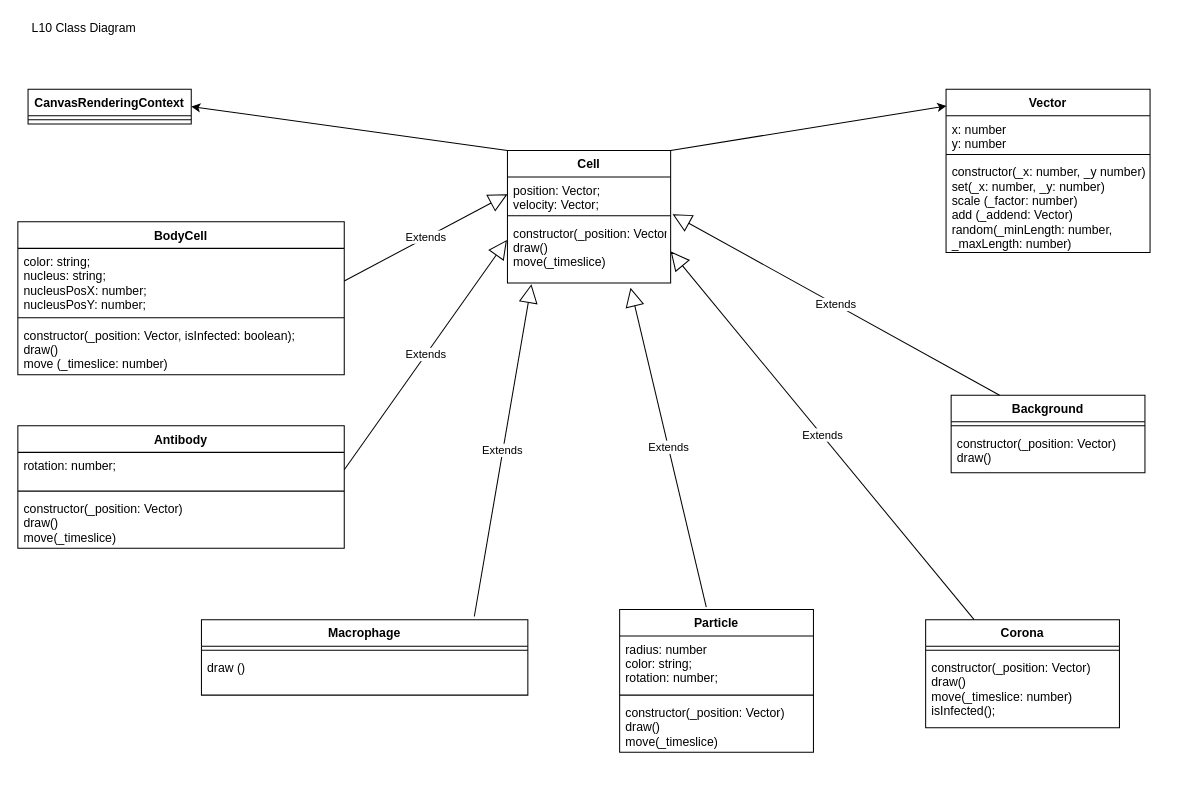
This is L10_Inheritance/Konzeption/L10_ClassDiagram.drawio from KohlerAl/EIA2, a draw.io file, before an edit. Source tidied: cells renumbered, new cells numbered last; positions are measured from the earlier drawing's top-left corner, leaving out a move shared by most shapes. Both pictures are drawn from the tidied source at 102%, with x=0, y=0 at pixel (17, 17).
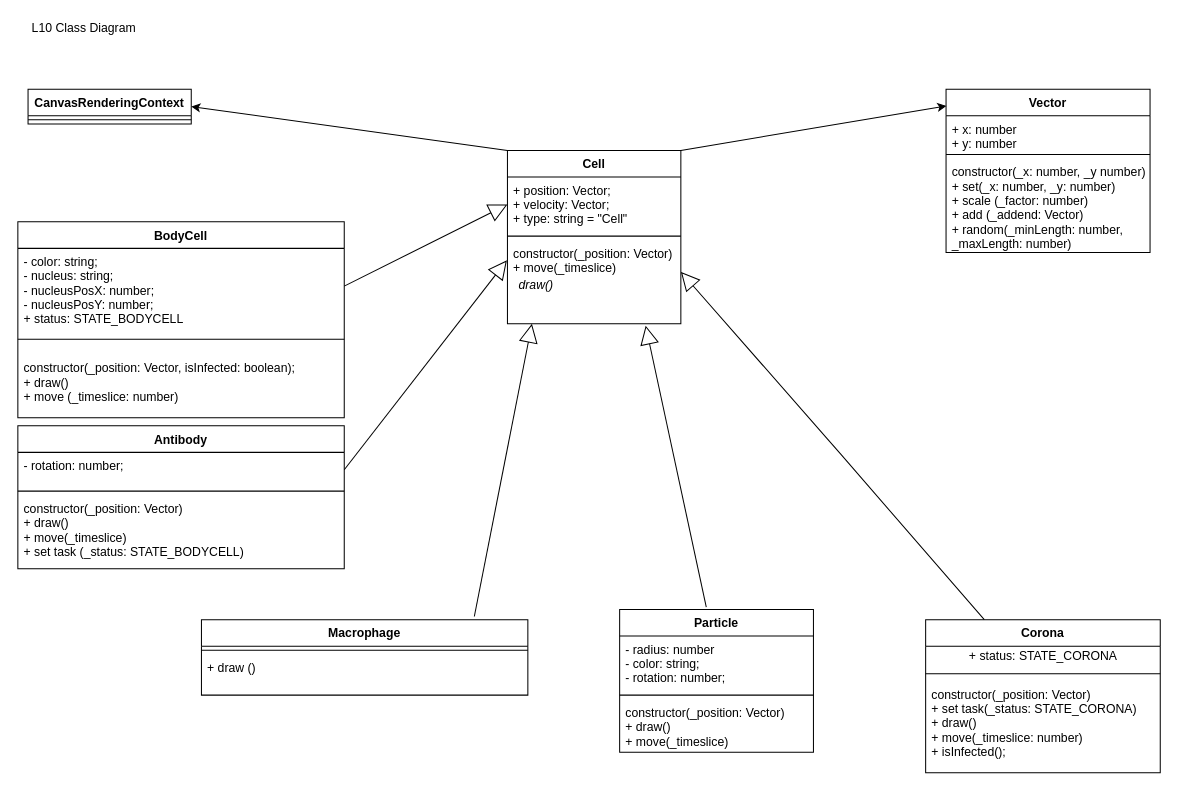
The same page after the edit.

Unchanged cells that the change refers to:
```xml
<mxCell id="5" value="Vector" style="swimlane;fontStyle=1;align=center;verticalAlign=top;horizontal=1;startSize=26;" parent="1" vertex="1">
  <mxGeometry x="910" y="70" width="200" height="160" as="geometry" />
</mxCell>
<mxCell id="15" value="Particle" style="swimlane;fontStyle=1;align=center;verticalAlign=top;horizontal=1;startSize=26;" parent="1" vertex="1">
  <mxGeometry x="590" y="580" width="190" height="140" as="geometry" />
</mxCell>
<mxCell id="19" value="Macrophage" style="swimlane;fontStyle=1;align=center;verticalAlign=top;horizontal=1;startSize=26;" parent="1" vertex="1">
  <mxGeometry x="180" y="590" width="320" height="74" as="geometry" />
</mxCell>
```

Diff of the diagram source:
```diff
@@
-    <mxCell id="6" value="x: number&#10;y: number" style="text;strokeColor=none;fillColor=none;align=left;verticalAlign=top;spacingLeft=4;spacingRight=4;overflow=hidden;" parent="5" vertex="1">
+    <mxCell id="6" value="+ x: number&#10;+ y: number" style="text;strokeColor=none;fillColor=none;align=left;verticalAlign=top;spacingLeft=4;spacingRight=4;overflow=hidden;" parent="5" vertex="1">
       <mxGeometry y="26" width="200" height="34" as="geometry" />
     </mxCell>
@@
-    <mxCell id="8" value="constructor(_x: number, _y number)&#10;set(_x: number, _y: number)&#10;scale (_factor: number)&#10;add (_addend: Vector)&#10;random(_minLength: number, &#10;_maxLength: number)" style="text;strokeColor=none;fillColor=none;align=left;verticalAlign=top;spacingLeft=4;spacingRight=4;overflow=hidden;" parent="5" vertex="1">
+    <mxCell id="8" value="constructor(_x: number, _y number)&#10;+ set(_x: number, _y: number)&#10;+ scale (_factor: number)&#10;+ add (_addend: Vector)&#10;+ random(_minLength: number, &#10;_maxLength: number)" style="text;strokeColor=none;fillColor=none;align=left;verticalAlign=top;spacingLeft=4;spacingRight=4;overflow=hidden;" parent="5" vertex="1">
       <mxGeometry y="68" width="200" height="92" as="geometry" />
     </mxCell>
-    <mxCell id="9" value="Background" style="swimlane;fontStyle=1;align=center;verticalAlign=top;horizontal=1;startSize=26;" parent="1" vertex="1">
-      <mxGeometry x="915" y="370" width="190" height="76" as="geometry" />
-    </mxCell>
-    <mxCell id="10" style="line;strokeWidth=1;fillColor=none;align=left;verticalAlign=middle;spacingTop=-1;spacingLeft=3;spacingRight=3;labelPosition=right;" parent="9" vertex="1">
-      <mxGeometry y="26" width="190" height="8" as="geometry" />
-    </mxCell>
-    <mxCell id="11" value="constructor(_position: Vector)&#10;draw()" style="text;strokeColor=none;fillColor=none;align=left;verticalAlign=top;spacingLeft=4;spacingRight=4;overflow=hidden;" parent="9" vertex="1">
-      <mxGeometry y="34" width="190" height="42" as="geometry" />
-    </mxCell>
     <mxCell id="12" value="Corona" style="swimlane;fontStyle=1;align=center;verticalAlign=top;horizontal=1;startSize=26;" parent="1" vertex="1">
-      <mxGeometry x="890" y="590" width="190" height="106" as="geometry" />
+      <mxGeometry x="890" y="590" width="230" height="150" as="geometry" />
     </mxCell>
+    <mxCell id="42" value="+ status: STATE_CORONA" style="text;html=1;align=center;verticalAlign=middle;" parent="12" vertex="1">
+      <mxGeometry y="26" width="230" height="20" as="geometry" />
+    </mxCell>
     <mxCell id="13" style="line;strokeWidth=1;fillColor=none;align=left;verticalAlign=middle;spacingTop=-1;spacingLeft=3;spacingRight=3;labelPosition=right;" parent="12" vertex="1">
-      <mxGeometry y="26" width="190" height="8" as="geometry" />
+      <mxGeometry y="46" width="230" height="14" as="geometry" />
     </mxCell>
-    <mxCell id="14" value="constructor(_position: Vector)&#10;draw()&#10;move(_timeslice: number)&#10;isInfected();" style="text;strokeColor=none;fillColor=none;align=left;verticalAlign=top;spacingLeft=4;spacingRight=4;overflow=hidden;" parent="12" vertex="1">
-      <mxGeometry y="34" width="190" height="72" as="geometry" />
+    <mxCell id="14" value="constructor(_position: Vector)&#10;+ set task(_status: STATE_CORONA)&#10;+ draw()&#10;+ move(_timeslice: number)&#10;+ isInfected();&#10;" style="text;strokeColor=none;fillColor=none;align=left;verticalAlign=top;spacingLeft=4;spacingRight=4;overflow=hidden;" parent="12" vertex="1">
+      <mxGeometry y="60" width="230" height="90" as="geometry" />
     </mxCell>
@@
-    <mxCell id="16" value="radius: number&#10;color: string; &#10;rotation: number;" style="text;strokeColor=none;fillColor=none;align=left;verticalAlign=top;spacingLeft=4;spacingRight=4;overflow=hidden;" parent="15" vertex="1">
+    <mxCell id="16" value="- radius: number&#10;- color: string; &#10;- rotation: number;" style="text;strokeColor=none;fillColor=none;align=left;verticalAlign=top;spacingLeft=4;spacingRight=4;overflow=hidden;" parent="15" vertex="1">
       <mxGeometry y="26" width="190" height="54" as="geometry" />
     </mxCell>
@@
-    <mxCell id="18" value="constructor(_position: Vector)&#10;draw()&#10;move(_timeslice)" style="text;strokeColor=none;fillColor=none;align=left;verticalAlign=top;spacingLeft=4;spacingRight=4;overflow=hidden;" parent="15" vertex="1">
+    <mxCell id="18" value="constructor(_position: Vector)&#10;+ draw()&#10;+ move(_timeslice)" style="text;strokeColor=none;fillColor=none;align=left;verticalAlign=top;spacingLeft=4;spacingRight=4;overflow=hidden;" parent="15" vertex="1">
       <mxGeometry y="88" width="190" height="52" as="geometry" />
     </mxCell>
@@
-    <mxCell id="21" value="draw ()" style="text;strokeColor=none;fillColor=none;align=left;verticalAlign=top;spacingLeft=4;spacingRight=4;overflow=hidden;" parent="19" vertex="1">
+    <mxCell id="21" value="+ draw ()" style="text;strokeColor=none;fillColor=none;align=left;verticalAlign=top;spacingLeft=4;spacingRight=4;overflow=hidden;" parent="19" vertex="1">
       <mxGeometry y="34" width="320" height="40" as="geometry" />
     </mxCell>
     <mxCell id="22" value="Antibody" style="swimlane;fontStyle=1;align=center;verticalAlign=top;horizontal=1;startSize=26;" parent="1" vertex="1">
-      <mxGeometry y="400" width="320" height="120" as="geometry" />
+      <mxGeometry y="400" width="320" height="140" as="geometry" />
     </mxCell>
-    <mxCell id="23" value="rotation: number;" style="text;strokeColor=none;fillColor=none;align=left;verticalAlign=top;spacingLeft=4;spacingRight=4;overflow=hidden;points=[[0,0.5],[1,0.5]];portConstraint=eastwest;" parent="22" vertex="1">
+    <mxCell id="23" value="- rotation: number;" style="text;strokeColor=none;fillColor=none;align=left;verticalAlign=top;spacingLeft=4;spacingRight=4;overflow=hidden;points=[[0,0.5],[1,0.5]];portConstraint=eastwest;" parent="22" vertex="1">
       <mxGeometry y="26" width="320" height="34" as="geometry" />
     </mxCell>
@@
-    <mxCell id="25" value="constructor(_position: Vector)&#10;draw()&#10;move(_timeslice)" style="text;strokeColor=none;fillColor=none;align=left;verticalAlign=top;spacingLeft=4;spacingRight=4;overflow=hidden;" parent="22" vertex="1">
-      <mxGeometry y="68" width="320" height="52" as="geometry" />
+    <mxCell id="25" value="constructor(_position: Vector)&#10;+ draw()&#10;+ move(_timeslice)&#10;+ set task (_status: STATE_BODYCELL)" style="text;strokeColor=none;fillColor=none;align=left;verticalAlign=top;spacingLeft=4;spacingRight=4;overflow=hidden;" parent="22" vertex="1">
+      <mxGeometry y="68" width="320" height="72" as="geometry" />
     </mxCell>
     <mxCell id="26" value="BodyCell" style="swimlane;fontStyle=1;align=center;verticalAlign=top;horizontal=1;startSize=26;" parent="1" vertex="1">
-      <mxGeometry y="200" width="320" height="150" as="geometry" />
+      <mxGeometry y="200" width="320" height="192" as="geometry" />
     </mxCell>
-    <mxCell id="27" value="color: string; &#10;nucleus: string;&#10;nucleusPosX: number; &#10;nucleusPosY: number;" style="text;strokeColor=none;fillColor=none;align=left;verticalAlign=top;spacingLeft=4;spacingRight=4;overflow=hidden;points=[[0,0.5],[1,0.5]];portConstraint=eastwest;" parent="26" vertex="1">
-      <mxGeometry y="26" width="320" height="64" as="geometry" />
+    <mxCell id="27" value="- color: string; &#10;- nucleus: string;&#10;- nucleusPosX: number; &#10;- nucleusPosY: number;&#10;+ status: STATE_BODYCELL" style="text;strokeColor=none;fillColor=none;align=left;verticalAlign=top;spacingLeft=4;spacingRight=4;overflow=hidden;points=[[0,0.5],[1,0.5]];portConstraint=eastwest;" parent="26" vertex="1">
+      <mxGeometry y="26" width="320" height="74" as="geometry" />
     </mxCell>
     <mxCell id="28" style="line;strokeWidth=1;fillColor=none;align=left;verticalAlign=middle;spacingTop=-1;spacingLeft=3;spacingRight=3;labelPosition=right;" parent="26" vertex="1">
-      <mxGeometry y="90" width="320" height="8" as="geometry" />
+      <mxGeometry y="100" width="320" height="30" as="geometry" />
     </mxCell>
-    <mxCell id="29" value="constructor(_position: Vector, isInfected: boolean);&#10;draw()&#10;move (_timeslice: number)" style="text;strokeColor=none;fillColor=none;align=left;verticalAlign=top;spacingLeft=4;spacingRight=4;overflow=hidden;" parent="26" vertex="1">
-      <mxGeometry y="98" width="320" height="52" as="geometry" />
+    <mxCell id="29" value="constructor(_position: Vector, isInfected: boolean);&#10;+ draw()&#10;+ move (_timeslice: number)" style="text;strokeColor=none;fillColor=none;align=left;verticalAlign=top;spacingLeft=4;spacingRight=4;overflow=hidden;" parent="26" vertex="1">
+      <mxGeometry y="130" width="320" height="62" as="geometry" />
     </mxCell>
     <mxCell id="30" value="Cell" style="swimlane;fontStyle=1;align=center;verticalAlign=top;horizontal=1;startSize=26;" parent="1" vertex="1">
-      <mxGeometry x="480" y="130" width="160" height="130" as="geometry" />
+      <mxGeometry x="480" y="130" width="170" height="170" as="geometry" />
     </mxCell>
-    <mxCell id="31" value="position: Vector; &#10;velocity: Vector; " style="text;strokeColor=none;fillColor=none;align=left;verticalAlign=top;spacingLeft=4;spacingRight=4;overflow=hidden;points=[[0,0.5],[1,0.5]];portConstraint=eastwest;" parent="30" vertex="1">
-      <mxGeometry y="26" width="160" height="34" as="geometry" />
+    <mxCell id="31" value="+ position: Vector; &#10;+ velocity: Vector;&#10;+ type: string = &quot;Cell&quot; " style="text;strokeColor=none;fillColor=none;align=left;verticalAlign=top;spacingLeft=4;spacingRight=4;overflow=hidden;points=[[0,0.5],[1,0.5]];portConstraint=eastwest;" parent="30" vertex="1">
+      <mxGeometry y="26" width="170" height="54" as="geometry" />
     </mxCell>
     <mxCell id="32" style="line;strokeWidth=1;fillColor=none;align=left;verticalAlign=middle;spacingTop=-1;spacingLeft=3;spacingRight=3;labelPosition=right;" parent="30" vertex="1">
-      <mxGeometry y="60" width="160" height="8" as="geometry" />
+      <mxGeometry y="80" width="170" height="8" as="geometry" />
     </mxCell>
-    <mxCell id="33" value="constructor(_position: Vector)&#10;draw()&#10;move(_timeslice)" style="text;strokeColor=none;fillColor=none;align=left;verticalAlign=top;spacingLeft=4;spacingRight=4;overflow=hidden;points=[[0,0.5],[1,0.5]];portConstraint=eastwest;" parent="30" vertex="1">
-      <mxGeometry y="68" width="160" height="62" as="geometry" />
+    <mxCell id="33" value="constructor(_position: Vector)&#10;+ move(_timeslice)" style="text;strokeColor=none;fillColor=none;align=left;verticalAlign=top;spacingLeft=4;spacingRight=4;overflow=hidden;points=[[0,0.5],[1,0.5]];portConstraint=eastwest;fontStyle=0;" parent="30" vertex="1">
+      <mxGeometry y="88" width="170" height="62" as="geometry" />
     </mxCell>
+    <mxCell id="43" value="&lt;i&gt;draw()&amp;nbsp; &amp;nbsp; &amp;nbsp; &amp;nbsp; &amp;nbsp; &amp;nbsp; &amp;nbsp; &amp;nbsp; &amp;nbsp; &amp;nbsp; &amp;nbsp; &amp;nbsp; &amp;nbsp; &amp;nbsp; &amp;nbsp; &amp;nbsp; &amp;nbsp;&amp;nbsp;&lt;br&gt;&lt;br&gt;&lt;br&gt;&lt;br&gt;&lt;br&gt;&lt;/i&gt;" style="text;html=1;strokeColor=none;fillColor=none;align=center;verticalAlign=middle;whiteSpace=wrap;rounded=0;" parent="30" vertex="1">
+      <mxGeometry y="150" width="170" height="20" as="geometry" />
+    </mxCell>
-    <mxCell id="34" value="Extends" style="endArrow=block;endSize=16;endFill=0;html=1;exitX=0.836;exitY=-0.042;exitDx=0;exitDy=0;exitPerimeter=0;entryX=0.147;entryY=1.018;entryDx=0;entryDy=0;entryPerimeter=0;" parent="1" edge="1" source="19" target="33">
-      <mxGeometry relative="1" as="geometry" />
+    <mxCell id="34" style="endArrow=block;endSize=16;endFill=0;html=1;exitX=0.836;exitY=-0.042;exitDx=0;exitDy=0;exitPerimeter=0;" parent="1" edge="1" source="19">
+      <mxGeometry relative="1" as="geometry">
+        <mxPoint x="504" y="300" as="targetPoint" />
+      </mxGeometry>
     </mxCell>
-    <mxCell id="35" value="Extends" style="endArrow=block;endSize=16;endFill=0;html=1;exitX=1;exitY=0.5;exitDx=0;exitDy=0;entryX=-0.003;entryY=0.318;entryDx=0;entryDy=0;entryPerimeter=0;" parent="1" edge="1" source="23" target="33">
+    <mxCell id="35" style="endArrow=block;endSize=16;endFill=0;html=1;exitX=1;exitY=0.5;exitDx=0;exitDy=0;entryX=-0.003;entryY=0.318;entryDx=0;entryDy=0;entryPerimeter=0;" parent="1" edge="1" source="23" target="33">
       <mxGeometry relative="1" as="geometry" />
     </mxCell>
-    <mxCell id="36" value="Extends" style="endArrow=block;endSize=16;endFill=0;html=1;exitX=1;exitY=0.5;exitDx=0;exitDy=0;entryX=0;entryY=0.5;entryDx=0;entryDy=0;" parent="1" edge="1" source="27" target="31">
+    <mxCell id="36" style="endArrow=block;endSize=16;endFill=0;html=1;exitX=1;exitY=0.5;exitDx=0;exitDy=0;entryX=0;entryY=0.5;entryDx=0;entryDy=0;" parent="1" edge="1" source="27" target="31">
       <mxGeometry relative="1" as="geometry" />
     </mxCell>
-    <mxCell id="37" value="Extends" style="endArrow=block;endSize=16;endFill=0;html=1;exitX=0.447;exitY=-0.016;exitDx=0;exitDy=0;exitPerimeter=0;entryX=0.754;entryY=1.074;entryDx=0;entryDy=0;entryPerimeter=0;" parent="1" edge="1" source="15" target="33">
+    <mxCell id="37" style="endArrow=block;endSize=16;endFill=0;html=1;exitX=0.447;exitY=-0.016;exitDx=0;exitDy=0;exitPerimeter=0;entryX=0.797;entryY=1.09;entryDx=0;entryDy=0;entryPerimeter=0;" parent="1" edge="1" source="15" target="43">
       <mxGeometry relative="1" as="geometry" />
     </mxCell>
-    <mxCell id="38" value="Extends" style="endArrow=block;endSize=16;endFill=0;html=1;exitX=0.25;exitY=0;exitDx=0;exitDy=0;entryX=1;entryY=0.5;entryDx=0;entryDy=0;" parent="1" edge="1" source="12" target="33">
-      <mxGeometry relative="1" as="geometry" />
+    <mxCell id="38" style="endArrow=block;endSize=16;endFill=0;html=1;exitX=0.25;exitY=0;exitDx=0;exitDy=0;entryX=1;entryY=0.5;entryDx=0;entryDy=0;" parent="1" edge="1" source="12" target="33">
+      <mxGeometry relative="1" as="geometry">
+        <Array as="points">
+          <mxPoint x="800" y="420" />
+        </Array>
+      </mxGeometry>
     </mxCell>
-    <mxCell id="39" value="Extends" style="endArrow=block;endSize=16;endFill=0;html=1;exitX=0.25;exitY=0;exitDx=0;exitDy=0;entryX=1.012;entryY=-0.088;entryDx=0;entryDy=0;entryPerimeter=0;" parent="1" edge="1" source="9" target="33">
-      <mxGeometry relative="1" as="geometry" />
-    </mxCell>
```
